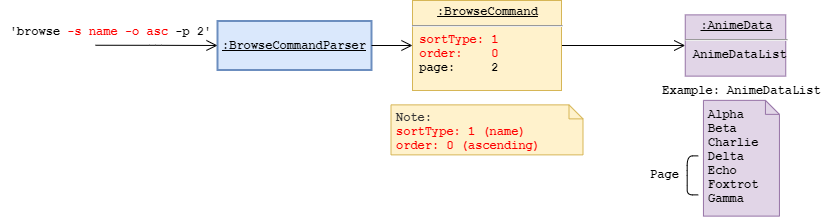
nus-cs2113-AY2021S1/tp keeps this draw.io diagram as docs/images/Browse-Sorted-State.png. Above is the earlier version. Source tidied: cells renumbered, new cells last; positions are measured from the earlier drawing's top-left corner, leaving out a move shared by most shapes. Its diagram source:
```xml
<mxGraphModel>
  <root>
    <mxCell id="0" />
    <mxCell id="1" parent="0" />
    <mxCell id="2" value="&lt;u&gt;:BrowseCommandParser&lt;/u&gt;" style="html=1;whiteSpace=wrap;whiteSpace=wrap;fontSize=12;fontStyle=1;whiteSpace=wrap;spacing=0;strokeColor=#6c8ebf;strokeOpacity=100;fillOpacity=100;fillColor=#dae8fc;strokeWidth=2;fontFamily=Courier New;" parent="1" vertex="1">
      <mxGeometry x="217" y="20.5" width="154" height="49" as="geometry" />
    </mxCell>
    <mxCell id="3" style="html=1;jettySize=18;whiteSpace=wrap;fontSize=12;rounded=1;arcSize=12;edgeStyle=orthogonalEdgeStyle;startArrow=none;endArrow=open;fontFamily=Courier New;fontStyle=1;endSize=9;startSize=9;exitX=1;exitY=0.5;exitDx=0;exitDy=0;entryX=0;entryY=0.5;entryDx=0;entryDy=0;" parent="1" edge="1" source="2" target="9">
      <mxGeometry x="-224" y="460.1" as="geometry" />
    </mxCell>
    <mxCell id="4" value="&lt;b&gt;&lt;span style=&quot;font-family: &amp;#34;courier new&amp;#34;&quot;&gt;'browse&amp;nbsp;&lt;/span&gt;&lt;font color=&quot;#ff0000&quot; style=&quot;font-family: &amp;#34;courier new&amp;#34;&quot;&gt;-s name&lt;/font&gt;&lt;span style=&quot;font-family: &amp;#34;courier new&amp;#34;&quot;&gt;&amp;nbsp;&lt;font color=&quot;#ff0000&quot;&gt;-o asc&lt;/font&gt;&amp;nbsp;-p 2'&lt;/span&gt;&lt;/b&gt;" style="text;html=1;align=center;verticalAlign=middle;" parent="1" vertex="1">
      <mxGeometry y="20.5" width="220" height="20" as="geometry" />
    </mxCell>
    <mxCell id="5" style="html=1;jettySize=18;whiteSpace=wrap;fontSize=12;rounded=1;arcSize=12;edgeStyle=orthogonalEdgeStyle;startArrow=none;endArrow=open;fontFamily=Courier New;fontStyle=1;endSize=9;startSize=9;entryX=0;entryY=0.5;entryDx=0;entryDy=0;" parent="1" edge="1" target="2">
      <mxGeometry x="-500" y="481.9" as="geometry">
        <mxPoint x="95" y="44.8" as="sourcePoint" />
        <Array as="points">
          <mxPoint x="155" y="44.8" />
          <mxPoint x="155" y="44.8" />
        </Array>
      </mxGeometry>
    </mxCell>
    <mxCell id="6" style="group;spacingLeft=8;align=left;spacing=0;strokeColor=none;whiteSpace=wrap;fontSize=12;fontColor=#333333;strokeOpacity=100;fillOpacity=0;rounded=1;absoluteArcSize=1;arcSize=7.199999999999999;fillColor=#ffffff;strokeWidth=2;verticalAlign=middle;html=1;fontFamily=Courier New;" parent="1" vertex="1">
      <mxGeometry x="412" y="95.5" width="180" height="56" as="geometry" />
    </mxCell>
    <mxCell id="7" style="html=1;jettySize=18;whiteSpace=wrap;fontSize=12;rounded=1;arcSize=12;edgeStyle=orthogonalEdgeStyle;startArrow=none;endArrow=open;fontFamily=Courier New;fontStyle=1;endSize=9;startSize=9;exitX=1;exitY=0.5;exitDx=0;exitDy=0;entryX=0;entryY=0.5;entryDx=0;entryDy=0;" parent="1" edge="1" source="9" target="8">
      <mxGeometry x="55.5" y="351.4" as="geometry" />
    </mxCell>
    <mxCell id="8" value="&lt;p style=&quot;margin: 0px ; margin-top: 4px ; text-align: center ; text-decoration: underline&quot;&gt;&lt;b&gt;&lt;font face=&quot;Courier New&quot;&gt;:AnimeData&lt;/font&gt;&lt;/b&gt;&lt;/p&gt;&lt;hr&gt;&lt;p style=&quot;margin: 0px ; margin-left: 8px&quot;&gt;&lt;b&gt;&lt;font face=&quot;Courier New&quot;&gt;AnimeDataList&lt;/font&gt;&lt;/b&gt;&lt;/p&gt;" style="verticalAlign=top;align=left;overflow=fill;fontSize=12;fontFamily=Helvetica;html=1;strokeColor=#9673A6;fillColor=#E1D5E7;" parent="1" vertex="1">
      <mxGeometry x="684.8" y="14.4" width="100.5" height="61.2" as="geometry" />
    </mxCell>
    <mxCell id="9" value="&lt;p style=&quot;margin: 0px ; margin-top: 4px ; text-align: center ; text-decoration: underline&quot;&gt;&lt;b&gt;&lt;font face=&quot;Courier New&quot;&gt;:BrowseCommand&lt;/font&gt;&lt;/b&gt;&lt;/p&gt;&lt;hr&gt;&lt;div style=&quot;font-family: &amp;#34;courier new&amp;#34; ; font-weight: 700 ; text-align: justify&quot;&gt;&lt;font color=&quot;#ff0000&quot;&gt;&amp;nbsp;sortType: 1&lt;/font&gt;&lt;/div&gt;&lt;div style=&quot;font-family: &amp;#34;courier new&amp;#34; ; font-weight: 700 ; text-align: justify&quot;&gt;&lt;span&gt;&lt;font color=&quot;#ff0000&quot;&gt;&amp;nbsp;order:&amp;nbsp; &amp;nbsp; 0&lt;/font&gt;&lt;/span&gt;&lt;/div&gt;&lt;div style=&quot;font-family: &amp;#34;courier new&amp;#34; ; text-align: justify&quot;&gt;&lt;b&gt;&amp;nbsp;&lt;/b&gt;&lt;b&gt;page:&amp;nbsp; &amp;nbsp; &amp;nbsp;2&lt;/b&gt;&lt;/div&gt;" style="verticalAlign=top;align=left;overflow=fill;fontSize=12;fontFamily=Helvetica;html=1;strokeColor=#D6B656;fillColor=#FFF2CC;" parent="1" vertex="1">
      <mxGeometry x="412" width="149" height="90" as="geometry" />
    </mxCell>
    <mxCell id="10" value="&lt;font face=&quot;Courier New&quot;&gt;&lt;b&gt;Example: AnimeDataList&lt;/b&gt;&lt;/font&gt;" style="text;html=1;align=center;verticalAlign=middle;" parent="1" vertex="1">
      <mxGeometry x="655.9" y="80" width="170" height="20" as="geometry" />
    </mxCell>
    <mxCell id="11" style="group;" parent="1" vertex="1">
      <mxGeometry x="628.6" y="154.4" width="82" height="40" as="geometry" />
    </mxCell>
    <mxCell id="12" style="group;" parent="11" vertex="1">
      <mxGeometry width="78" height="40" as="geometry" />
    </mxCell>
    <mxCell id="13" value="&lt;font face=&quot;Courier New&quot;&gt;&lt;b&gt;Page&lt;/b&gt;&lt;/font&gt;" style="text;html=1;align=center;verticalAlign=middle;" parent="12" vertex="1">
      <mxGeometry x="15.1" y="10" width="40" height="20" as="geometry" />
    </mxCell>
    <mxCell id="14" style="shape=curlyBracket;whiteSpace=wrap;html=1;rounded=1;size=0;" parent="11" vertex="1">
      <mxGeometry x="58.1" y="1" width="11" height="39" as="geometry" />
    </mxCell>
    <mxCell id="15" value="&lt;div style=&quot;font-family: &amp;#34;helvetica&amp;#34; ; font-weight: 400 ; text-align: justify&quot;&gt;&lt;div&gt;&lt;b style=&quot;font-family: &amp;#34;courier new&amp;#34;&quot;&gt;Alpha&lt;/b&gt;&lt;br&gt;&lt;/div&gt;&lt;b&gt;&lt;font face=&quot;Courier New&quot;&gt;&lt;div&gt;&lt;b&gt;Beta&lt;/b&gt;&lt;/div&gt;&lt;div&gt;&lt;b&gt;Charlie&lt;/b&gt;&lt;/div&gt;&lt;div&gt;&lt;b&gt;Delta&lt;/b&gt;&lt;/div&gt;&lt;div&gt;&lt;b&gt;Echo&lt;/b&gt;&lt;/div&gt;&lt;div&gt;&lt;b&gt;Foxtrot&lt;/b&gt;&lt;/div&gt;&lt;div&gt;&lt;b&gt;Gamma&lt;/b&gt;&lt;/div&gt;&lt;div&gt;&lt;b&gt;&lt;br&gt;&lt;/b&gt;&lt;/div&gt;&lt;/font&gt;&lt;/b&gt;&lt;/div&gt;" style="shape=note;whiteSpace=wrap;html=1;size=14;verticalAlign=top;align=left;spacingTop=0;fillColor=#E1D5E7;strokeColor=#9673A6;spacing=2;spacingLeft=3;fontStyle=1;fontFamily=Courier New;" parent="1" vertex="1">
      <mxGeometry x="702.9" y="99.9" width="76" height="115.8" as="geometry" />
    </mxCell>
    <mxCell id="16" value="&lt;b style=&quot;color: rgb(51 , 51 , 51)&quot;&gt;Note:&lt;br&gt;&lt;font color=&quot;#ff0000&quot;&gt;sortType: 1 (name)&lt;br&gt;order: 0 (ascending)&lt;/font&gt;&lt;/b&gt;" style="shape=note;whiteSpace=wrap;html=1;size=14;verticalAlign=top;align=left;spacingTop=0;fillColor=#fff2cc;strokeColor=#d6b656;spacing=2;spacingLeft=3;fontStyle=1;fontFamily=Courier New;" parent="1" vertex="1">
      <mxGeometry x="390.5" y="104.4" width="192" height="50" as="geometry" />
    </mxCell>
  </root>
</mxGraphModel>
```
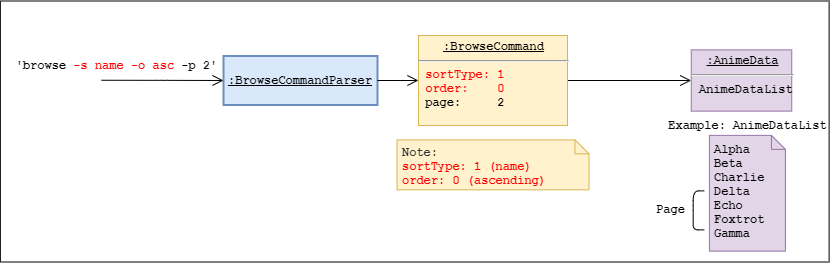
The same diagram one commit later.

The edit, as a diff of the source:
```diff
@@ -53,5 +53,8 @@
     <mxCell id="16" value="&lt;b style=&quot;color: rgb(51 , 51 , 51)&quot;&gt;Note:&lt;br&gt;&lt;font color=&quot;#ff0000&quot;&gt;sortType: 1 (name)&lt;br&gt;order: 0 (ascending)&lt;/font&gt;&lt;/b&gt;" style="shape=note;whiteSpace=wrap;html=1;size=14;verticalAlign=top;align=left;spacingTop=0;fillColor=#fff2cc;strokeColor=#d6b656;spacing=2;spacingLeft=3;fontStyle=1;fontFamily=Courier New;" parent="1" vertex="1">
       <mxGeometry x="390.5" y="104.4" width="192" height="50" as="geometry" />
     </mxCell>
+    <mxCell id="17" style="verticalLabelPosition=bottom;verticalAlign=top;html=1;shape=mxgraph.basic.rect;fillColor2=none;strokeWidth=1;size=20;indent=5;fontFamily=Courier New;fontSize=12;fillColor=none;" parent="1" vertex="1">
+      <mxGeometry x="-6.1" y="-34.5" width="828.8" height="261" as="geometry" />
+    </mxCell>
   </root>
 </mxGraphModel>
```
